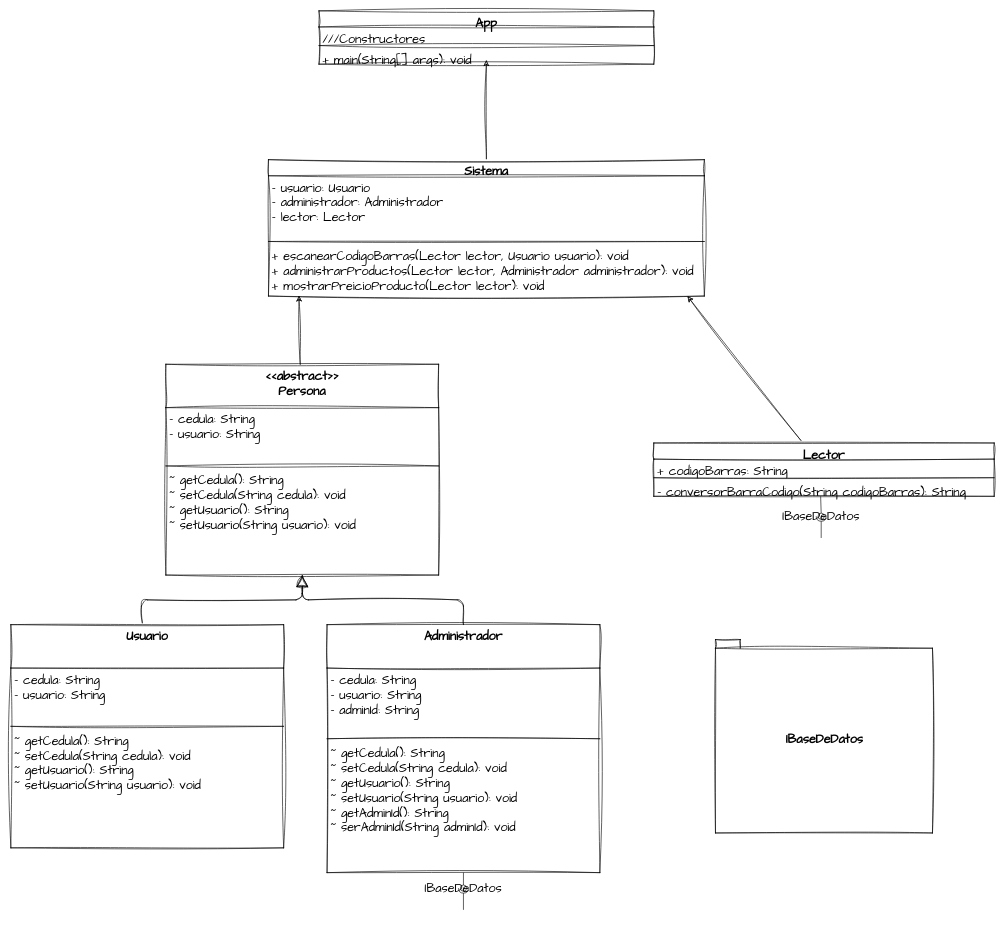
Earlier version of the draw.io diagram page "UML" (2 of 2) of useCaseBarCode.dio (AlejandroChicaizaBMV/repositorioParaElProyecto). Source tidied: cells renumbered, new cells numbered last; positions are measured from the earlier drawing's top-left corner, leaving out a move shared by most shapes. Both pictures are drawn from the tidied source at 62%, with x=0, y=0 at pixel (11, 11).
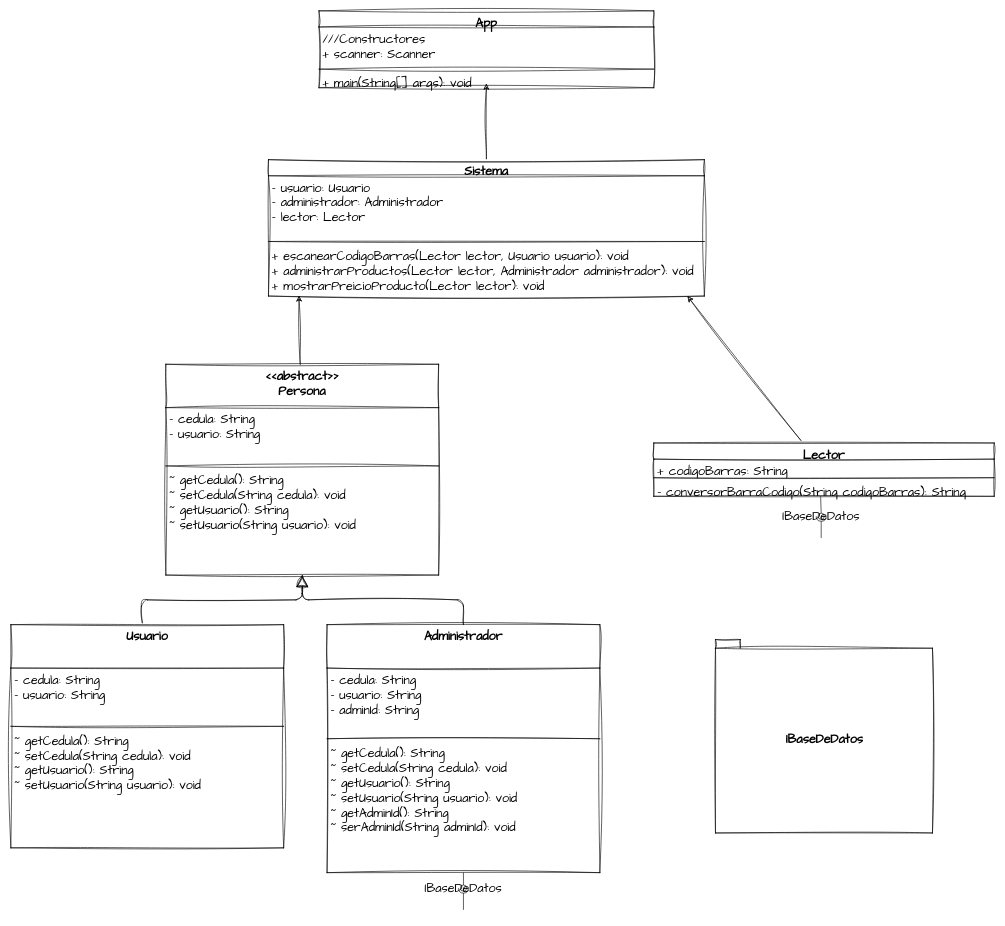
After the change.

Diff of the diagram source:
```diff
@@
     <mxCell id="34" value="App" style="swimlane;fontStyle=1;align=center;verticalAlign=top;horizontal=1;startSize=26;sketch=1;hachureGap=4;jiggle=2;curveFitting=1;fontFamily=Architects Daughter;fontSize=20;" parent="1" vertex="1">
-      <mxGeometry x="497" width="540" height="86" as="geometry" />
+      <mxGeometry x="497" width="540" height="124" as="geometry" />
     </mxCell>
-    <mxCell id="35" value="///Constructores" style="text;strokeColor=none;fillColor=none;align=left;verticalAlign=top;spacingLeft=4;spacingRight=4;overflow=hidden;sketch=1;hachureGap=4;jiggle=2;curveFitting=1;fontFamily=Architects Daughter;fontSize=20;" parent="34" vertex="1">
-      <mxGeometry y="26" width="540" height="26" as="geometry" />
+    <mxCell id="35" value="///Constructores&#10;+ scanner: Scanner" style="text;strokeColor=none;fillColor=none;align=left;verticalAlign=top;spacingLeft=4;spacingRight=4;overflow=hidden;sketch=1;hachureGap=4;jiggle=2;curveFitting=1;fontFamily=Architects Daughter;fontSize=20;" parent="34" vertex="1">
+      <mxGeometry y="26" width="540" height="64" as="geometry" />
     </mxCell>
     <mxCell id="36" style="line;strokeWidth=1;fillColor=none;align=left;verticalAlign=middle;spacingTop=-1;spacingLeft=3;spacingRight=3;labelPosition=right;strokeColor=inherit;sketch=1;hachureGap=4;jiggle=2;curveFitting=1;fontFamily=Architects Daughter;fontSize=20;" parent="34" vertex="1">
-      <mxGeometry y="52" width="540" height="8" as="geometry" />
+      <mxGeometry y="90" width="540" height="8" as="geometry" />
     </mxCell>
     <mxCell id="37" value="+ main(String[] args): void" style="text;strokeColor=none;fillColor=none;align=left;verticalAlign=top;spacingLeft=4;spacingRight=4;overflow=hidden;points=[[0,0.5],[1,0.5]];portConstraint=eastwest;sketch=1;hachureGap=4;jiggle=2;curveFitting=1;fontFamily=Architects Daughter;fontSize=20;" parent="34" vertex="1">
-      <mxGeometry y="60" width="540" height="26" as="geometry" />
+      <mxGeometry y="98" width="540" height="26" as="geometry" />
     </mxCell>
```
